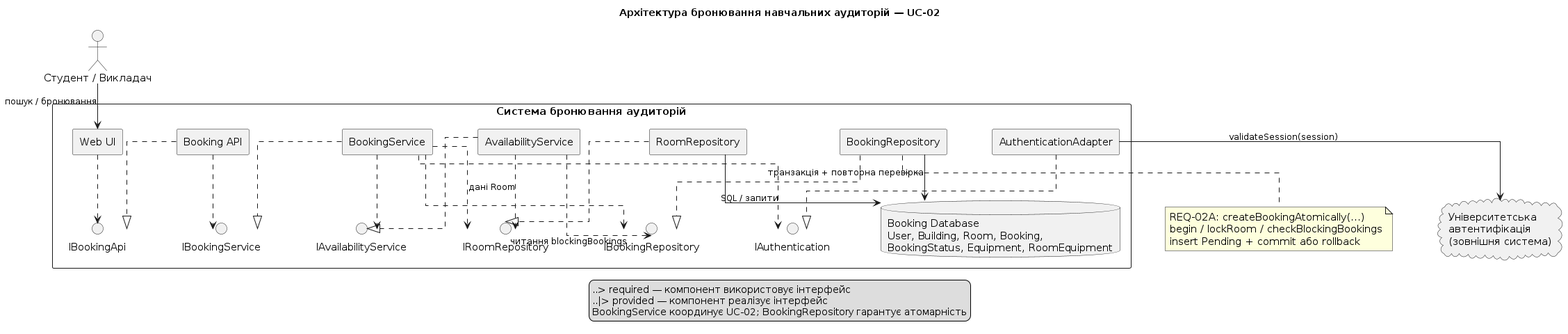
Above: lab5/renders/components.png in Oleksandr-C-S/MAVPZ (PlantUML), before the change. Its source is kept beside it as lab5/model/components.puml.
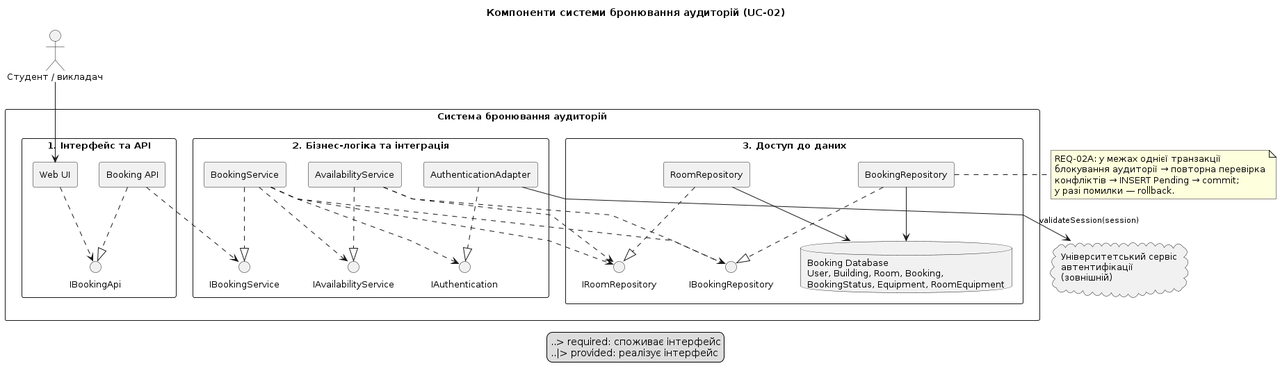
After the commit.

Commit message:
improve diagram layout and finalize documentation

Change to the diagram source:
```diff
@@ -3,69 +3,75 @@
 top to bottom direction
 skinparam componentStyle rectangle
 skinparam shadowing false
-skinparam linetype ortho
 skinparam packageStyle rectangle
-skinparam nodesep 65
-skinparam ranksep 65
-skinparam defaultFontSize 15
-skinparam ArrowFontSize 12
+skinparam linetype polyline
+skinparam nodesep 32
+skinparam ranksep 46
+skinparam defaultFontSize 13
+skinparam ArrowFontSize 11
 hide stereotype
 
-title Архітектура бронювання навчальних аудиторій — UC-02
+title Компоненти системи бронювання аудиторій (UC-02)
 
-actor "Студент / Викладач" as User
+actor "Студент / викладач" as User
 
-rectangle "Система бронювання аудиторій" as System {
-  component "Web UI" as UI
-  interface "IBookingApi" as IBookingApi
-  component "Booking API" as API
-  interface "IBookingService" as IBookingService
-  component "BookingService" as BookingSvc
+rectangle "Система бронювання аудиторій" {
+  package "1. Інтерфейс та API" {
+    component "Web UI" as UI
+    interface "IBookingApi" as IApi
+    component "Booking API" as API
+  }
 
-  interface "IAvailabilityService" as IAvailabilityService
-  component "AvailabilityService" as AvailSvc
-  interface "IAuthentication" as IAuthentication
-  component "AuthenticationAdapter" as AuthAdapter
+  package "2. Бізнес-логіка та інтеграція" {
+    interface "IBookingService" as IBooking
+    component "BookingService" as BookingSvc
+    interface "IAvailabilityService" as IAvail
+    component "AvailabilityService" as AvailSvc
+    interface "IAuthentication" as IAuth
+    component "AuthenticationAdapter" as AuthAdapter
+  }
 
-  interface "IBookingRepository" as IBookingRepository
-  component "BookingRepository" as BookingRepo
-  interface "IRoomRepository" as IRoomRepository
-  component "RoomRepository" as RoomRepo
-  database "Booking Database\nUser, Building, Room, Booking,\nBookingStatus, Equipment, RoomEquipment" as DB
+  package "3. Доступ до даних" {
+    interface "IBookingRepository" as IBookingRepo
+    component "BookingRepository" as BookingRepo
+    interface "IRoomRepository" as IRoomRepo
+    component "RoomRepository" as RoomRepo
+    database "Booking Database\nUser, Building, Room, Booking,\nBookingStatus, Equipment, RoomEquipment" as DB
+  }
 
-  UI ..> IBookingApi
-  API ..> IBookingService
-  BookingSvc ..> IAvailabilityService
-  BookingSvc ..> IAuthentication
-  BookingSvc ..> IBookingRepository
-  BookingSvc ..> IRoomRepository
-  AvailSvc ..> IBookingRepository : читання blockingBookings
-  AvailSvc ..> IRoomRepository : дані Room
+  UI ..> IApi
+  API ..> IBooking
+  BookingSvc ..> IAvail
+  BookingSvc ..> IAuth
+  BookingSvc ..> IBookingRepo
+  BookingSvc ..> IRoomRepo
+  AvailSvc ..> IBookingRepo
+  AvailSvc ..> IRoomRepo
 
-  API ..|> IBookingApi
-  BookingSvc ..|> IBookingService
-  AvailSvc ..|> IAvailabilityService
-  AuthAdapter ..|> IAuthentication
-  BookingRepo ..|> IBookingRepository
-  RoomRepo ..|> IRoomRepository
+  API ..|> IApi
+  BookingSvc ..|> IBooking
+  AvailSvc ..|> IAvail
+  AuthAdapter ..|> IAuth
+  BookingRepo ..|> IBookingRepo
+  RoomRepo ..|> IRoomRepo
 
-  BookingRepo -down-> DB : транзакція + повторна перевірка
-  RoomRepo -down-> DB : SQL / запити
+  BookingRepo --> DB
+  RoomRepo --> DB
 }
 
-cloud "Університетська\nавтентифікація\n(зовнішня система)" as ExtAuth
-User --> UI : пошук / бронювання
+cloud "Університетський сервіс\nавтентифікації\n(зовнішній)" as ExtAuth
+User --> UI
 AuthAdapter --> ExtAuth : validateSession(session)
 
-note bottom of BookingRepo
-  REQ-02A: createBookingAtomically(...)
-  begin / lockRoom / checkBlockingBookings
-  insert Pending + commit або rollback
+note right of BookingRepo
+  REQ-02A: у межах однієї транзакції
+  блокування аудиторії → повторна перевірка
+  конфліктів → INSERT Pending → commit;
+  у разі помилки — rollback.
 end note
 
 legend bottom
-  ..> required — компонент використовує інтерфейс
-  ..|> provided — компонент реалізує інтерфейс
-  BookingService координує UC-02; BookingRepository гарантує атомарність
+  ..> required: споживає інтерфейс
+  ..|> provided: реалізує інтерфейс
 endlegend
 @enduml
```
